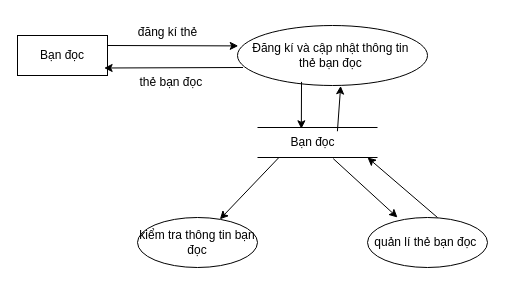
The draw.io diagram page "sơ đồ mức dưới đỉnh quản lí bạn đọc" (7 of 8) of Đồ án nhóm 1.drawio in Nguyenquynh235/DoAnNhom1, before the edit. Source tidied: cells renumbered, new cells numbered last; positions are measured from the earlier drawing's top-left corner, leaving out a move shared by most shapes. Both pictures are drawn from the tidied source at 100%, with x=0, y=0 at pixel (17, 17).
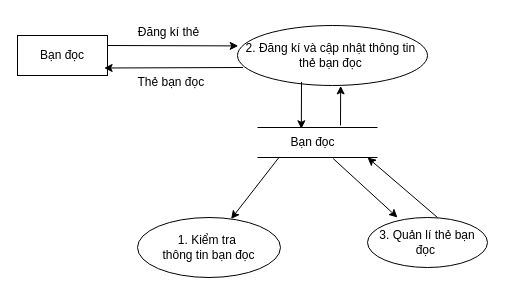
Above is the later version.

Commit message (it also covers changes not shown here):
Cập nhật Đồ án nhóm 1.drawio

Unchanged cells that the change refers to:
```xml
<mxCell id="12" value="Bạn đọc" style="text;html=1;align=center;verticalAlign=middle;points=[];strokeColor=none;fillColor=none;" parent="1" vertex="1">
  <mxGeometry x="264" y="112" width="62" height="26" as="geometry" />
</mxCell>
```

Diff of the diagram source:
```diff
@@
-    <mxCell id="3" value="Đăng kí và cập nhật thông tin&amp;nbsp;&lt;div&gt;thẻ bạn đọc&amp;nbsp;&lt;/div&gt;" style="ellipse;whiteSpace=wrap;html=1;" parent="1" vertex="1">
+    <mxCell id="3" value="2. Đăng kí và cập nhật thông tin&amp;nbsp;&lt;div&gt;thẻ bạn đọc&amp;nbsp;&lt;/div&gt;" style="ellipse;whiteSpace=wrap;html=1;" parent="1" vertex="1">
       <mxGeometry x="220" y="8" width="190" height="60" as="geometry" />
     </mxCell>
-    <mxCell id="4" value="kiểm tra thông tin bạn đọc" style="ellipse;whiteSpace=wrap;html=1;" parent="1" vertex="1">
-      <mxGeometry x="120" y="200" width="120" height="50" as="geometry" />
+    <mxCell id="4" value="1. Kiểm tra&amp;nbsp;&lt;div&gt;thông tin bạn đọc&lt;/div&gt;" style="ellipse;whiteSpace=wrap;html=1;" parent="1" vertex="1">
+      <mxGeometry x="120" y="200" width="143" height="60" as="geometry" />
     </mxCell>
-    <mxCell id="5" value="quản lí thẻ bạn đọc&amp;nbsp;" style="ellipse;whiteSpace=wrap;html=1;" parent="1" vertex="1">
+    <mxCell id="5" value="3. Quản lí thẻ bạn đọc&amp;nbsp;" style="ellipse;whiteSpace=wrap;html=1;" parent="1" vertex="1">
       <mxGeometry x="350" y="200" width="120" height="50" as="geometry" />
     </mxCell>
@@
-    <mxCell id="8" value="đăng kí thẻ" style="text;html=1;align=center;verticalAlign=middle;strokeColor=none;fillColor=none;" parent="1" vertex="1">
-      <mxGeometry x="110" width="80" height="30" as="geometry" />
+    <mxCell id="8" value="Đăng kí thẻ" style="text;html=1;align=center;verticalAlign=middle;strokeColor=none;fillColor=none;" parent="1" vertex="1">
+      <mxGeometry x="111" y="2" width="79" height="26" as="geometry" />
     </mxCell>
-    <mxCell id="9" value="thẻ bạn đọc&amp;nbsp;" style="text;html=1;align=center;verticalAlign=middle;strokeColor=none;fillColor=none;" parent="1" vertex="1">
-      <mxGeometry x="110" y="50" width="90" height="30" as="geometry" />
+    <mxCell id="9" value="Thẻ bạn đọc&amp;nbsp;" style="text;html=1;align=center;verticalAlign=middle;strokeColor=none;fillColor=none;" parent="1" vertex="1">
+      <mxGeometry x="111" y="52" width="88" height="26" as="geometry" />
     </mxCell>
@@
-    <mxCell id="14" style="endArrow=classic;html=1;rounded=0;entryX=0.543;entryY=1.007;entryDx=0;entryDy=0;entryPerimeter=0;exitX=0.902;exitY=0.067;exitDx=0;exitDy=0;exitPerimeter=0;" parent="1" edge="1" source="12" target="3">
-      <mxGeometry relative="1" as="geometry" />
+    <mxCell id="14" style="endArrow=classic;html=1;rounded=0;entryX=0.543;entryY=1.007;entryDx=0;entryDy=0;entryPerimeter=0;" parent="1" edge="1" target="3">
+      <mxGeometry relative="1" as="geometry">
+        <mxPoint x="323" y="108" as="sourcePoint" />
+      </mxGeometry>
     </mxCell>
```
